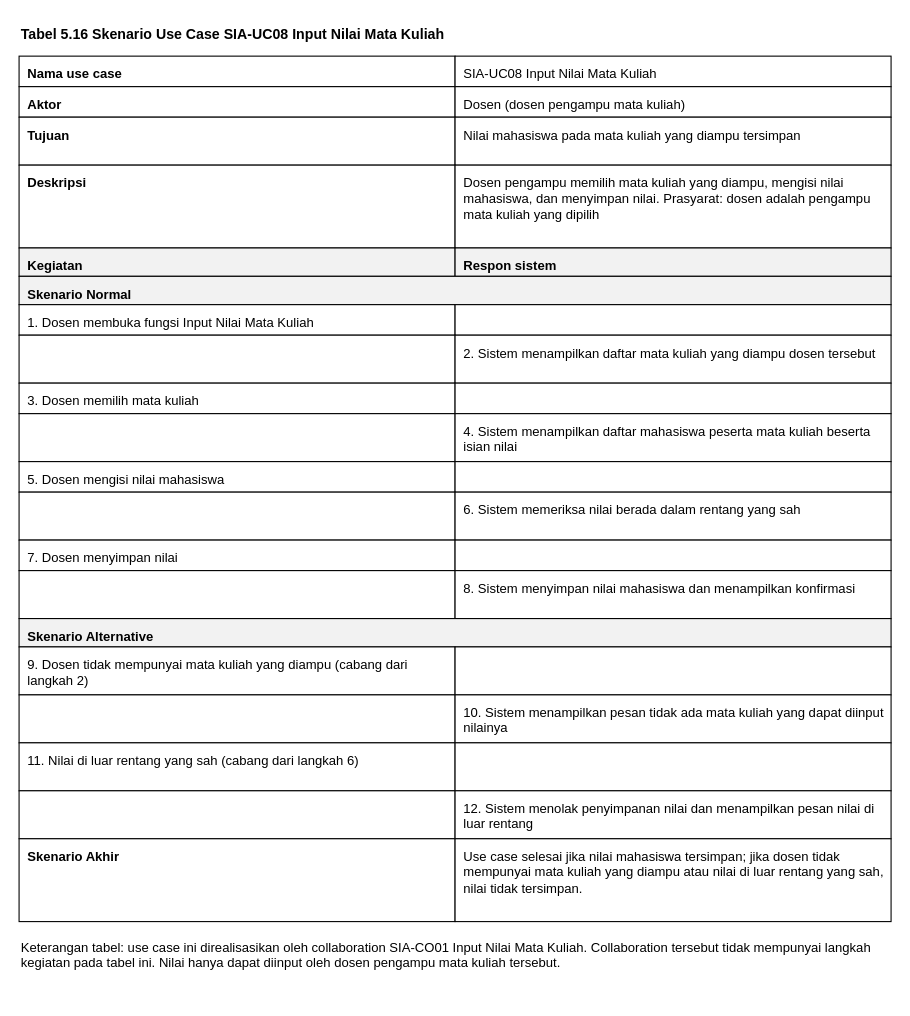
Before: page "Tabel 5.16 SIA-UC08" (2 of 7) of 04_model_analisis/P05/SIA/P05_2406077_SIA_notasi_usecase_v01.drawio in 2406077-bit/IFRWP5149_2406077_LabAlat, a draw.io diagram. Source tidied: cells renumbered, new cells numbered last; positions are measured from the earlier drawing's top-left corner, leaving out a move shared by most shapes. Both pictures are drawn from the tidied source at 109%, with x=0, y=0 at pixel (19, 19).
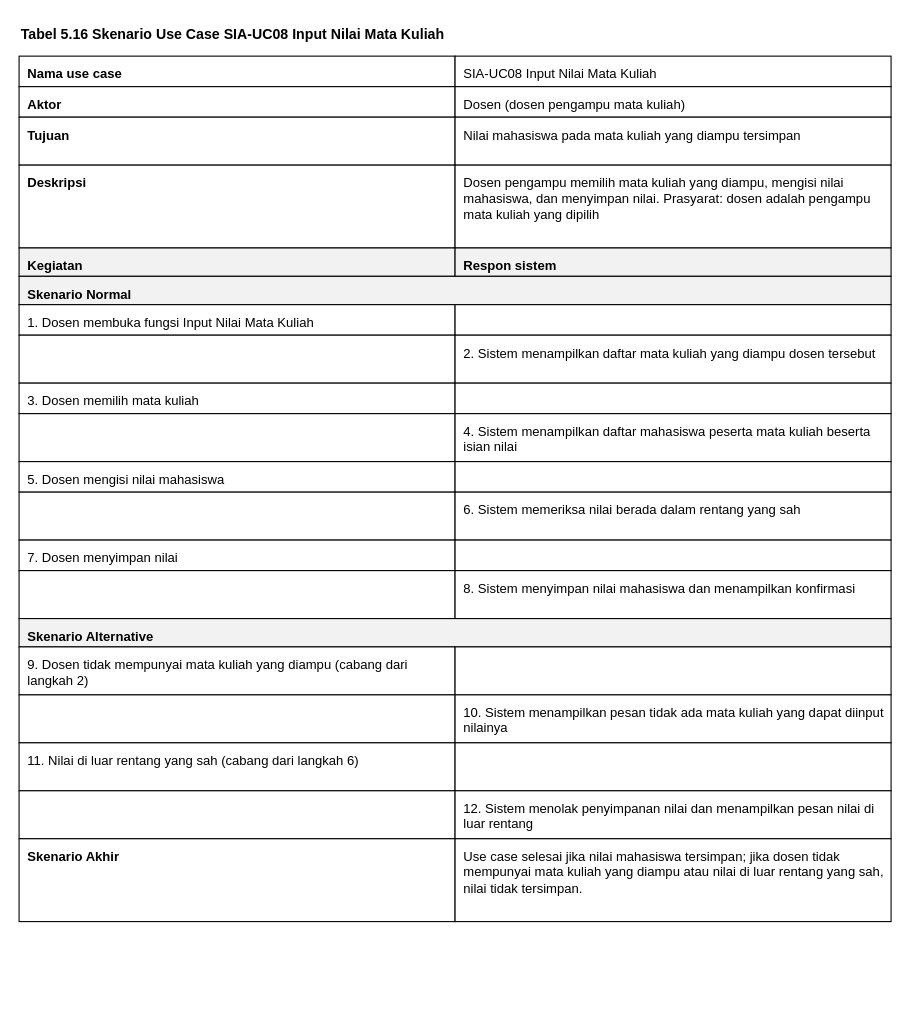
The same diagram, later.

Commit message (it also covers changes not shown here):
P05 SKENARIO USE CASE: DARI DIAGRAM KE LANGKAH KEGIATAN

What changed in the source:
```diff
@@
-    <mxCell id="41" value="Keterangan tabel: use case ini direalisasikan oleh collaboration SIA-CO01 Input Nilai Mata Kuliah. Collaboration tersebut tidak mempunyai langkah kegiatan pada tabel ini. Nilai hanya dapat diinput oleh dosen pengampu mata kuliah tersebut." style="text;html=1;align=left;verticalAlign=top;whiteSpace=wrap;fontSize=12;" parent="1" vertex="1">
-      <mxGeometry y="838" width="800" height="60" as="geometry" />
-    </mxCell>
```
